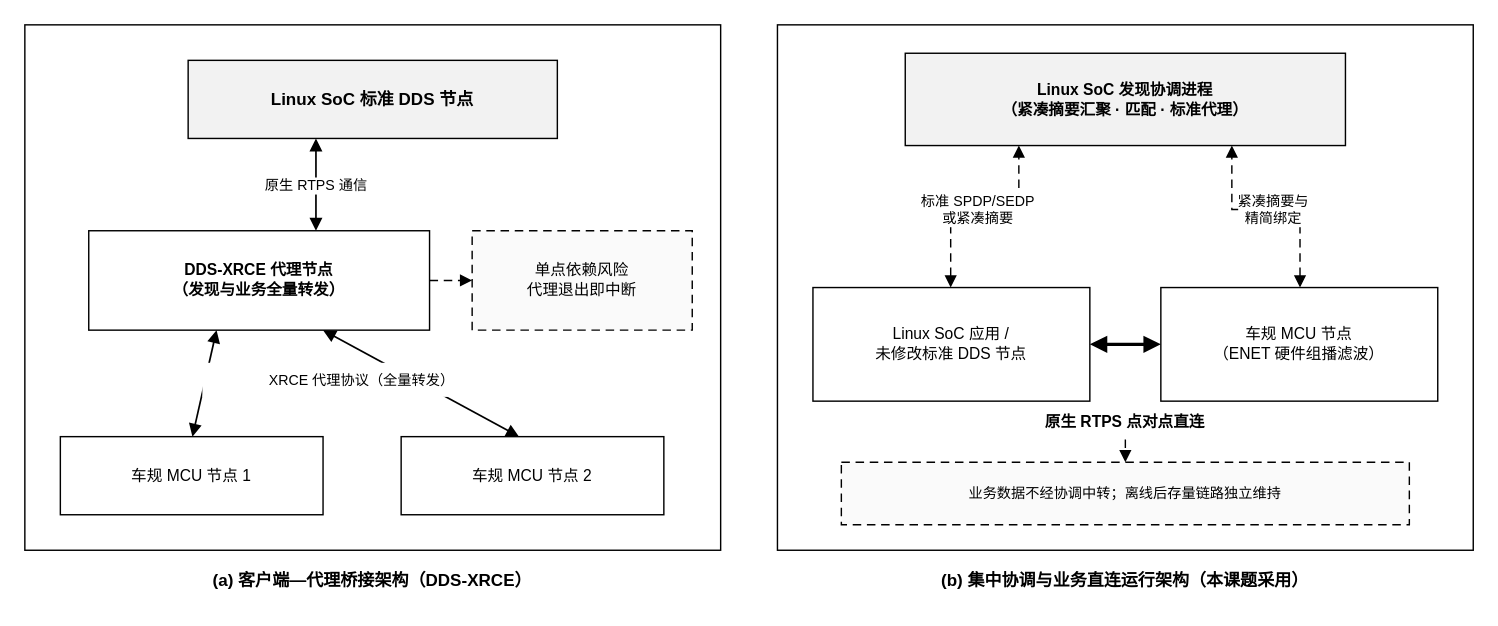
This is page "第 1 页" (1 of 6) of 开题初稿2.drawio from fansunjia-glitch/dds_control, a draw.io file, before an edit. Source tidied: cells renumbered, new cells numbered last; positions are measured from the earlier drawing's top-left corner, leaving out a move shared by most shapes. Both pictures are drawn from the tidied source at 142%, with x=0, y=0 at pixel (24, 24).
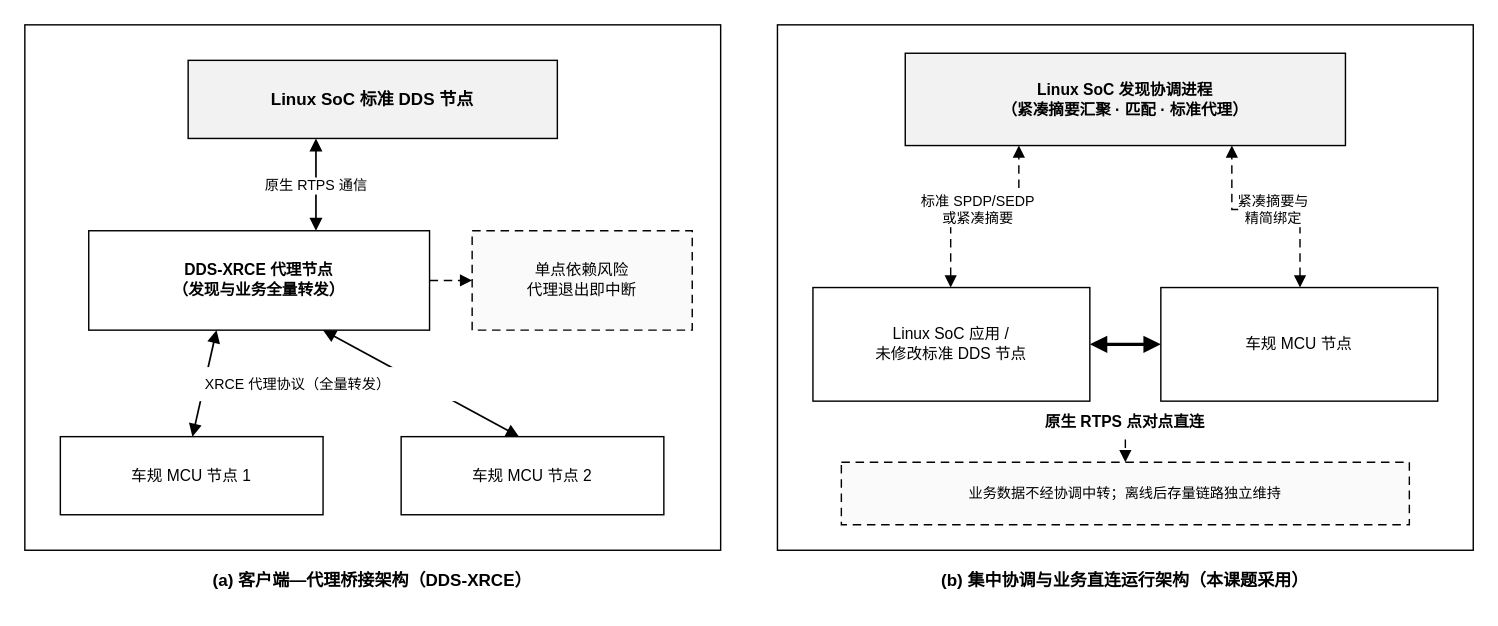
After the change.

Change to the diagram source:
```diff
@@
     <mxCell id="13" value="XRCE 代理协议（全量转发）" style="text;html=1;whiteSpace=wrap;strokeColor=none;fillColor=#FFFFFF;align=center;verticalAlign=middle;fontColor=#000000;fontFamily=Microsoft YaHei;fontSize=10;" parent="1" vertex="1">
-      <mxGeometry x="125" y="238" width="225" height="24" as="geometry" />
+      <mxGeometry x="80" y="241" width="225" height="24" as="geometry" />
     </mxCell>
@@
-    <mxCell id="18" value="车规 MCU 节点&lt;br&gt;（ENET 硬件组播滤波）" style="rounded=0;whiteSpace=wrap;html=1;fillColor=#FFFFFF;strokeColor=#000000;fontColor=#000000;fontFamily=Microsoft YaHei;fontSize=11;" parent="1" vertex="1">
+    <mxCell id="18" value="车规 MCU 节点" style="rounded=0;whiteSpace=wrap;html=1;fillColor=#FFFFFF;strokeColor=#000000;fontColor=#000000;fontFamily=Microsoft YaHei;fontSize=11;" parent="1" vertex="1">
       <mxGeometry x="800" y="185" width="195" height="80" as="geometry" />
     </mxCell>
```
